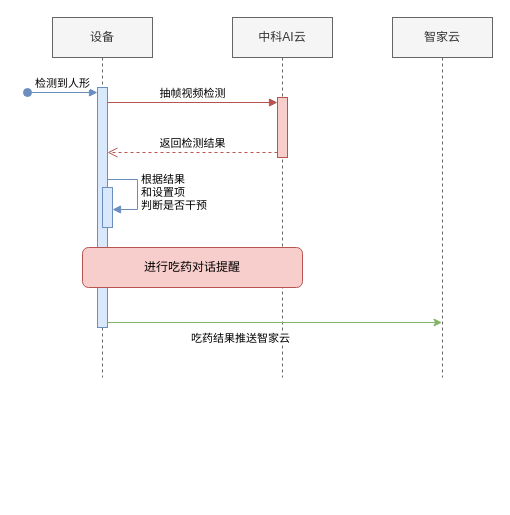
Chrischenny/drawio keeps this draw.io diagram as 吃药场景.drawio. Above is the earlier version. Source tidied: cells renumbered, new cells numbered last; positions are measured from the earlier drawing's top-left corner, leaving out a move shared by most shapes. Both pictures are drawn from the tidied source at 100%, with x=0, y=0 at pixel (27, 17).
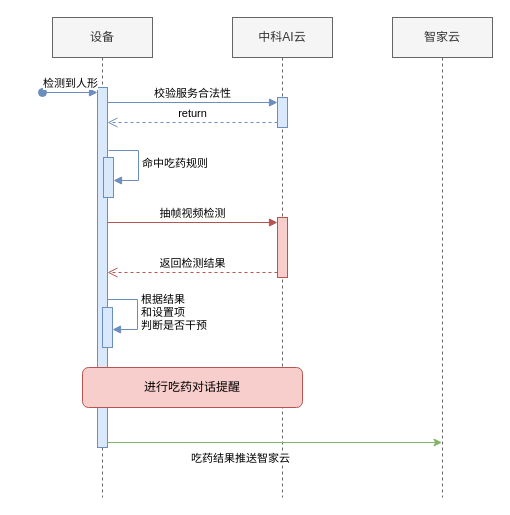
Above is the later version.

Commit message (it also covers changes not shown here):
更新吃药场景.drawio

Change to the diagram source:
```diff
@@
     <mxCell id="2" value="设备" style="shape=umlLifeline;perimeter=lifelinePerimeter;whiteSpace=wrap;html=1;newEdgeStyle={&quot;curved&quot;:0,&quot;rounded&quot;:0};fillColor=#f5f5f5;fontColor=#333333;strokeColor=#666666;" parent="1" vertex="1">
-      <mxGeometry x="25" width="100" height="360" as="geometry" />
+      <mxGeometry x="25" width="100" height="480" as="geometry" />
     </mxCell>
     <mxCell id="3" style="html=1;points=[[0,0,0,0,5],[0,1,0,0,-5],[1,0,0,0,5],[1,1,0,0,-5]];perimeter=orthogonalPerimeter;outlineConnect=0;targetShapes=umlLifeline;portConstraint=eastwest;newEdgeStyle={&quot;curved&quot;:0,&quot;rounded&quot;:0};fillColor=#dae8fc;strokeColor=#6c8ebf;" parent="2" vertex="1">
-      <mxGeometry x="45" y="70" width="10" height="240" as="geometry" />
+      <mxGeometry x="45" y="70" width="10" height="360" as="geometry" />
     </mxCell>
     <mxCell id="4" value="检测到人形" style="html=1;verticalAlign=bottom;startArrow=oval;endArrow=block;startSize=8;curved=0;rounded=0;entryX=0;entryY=0;entryDx=0;entryDy=5;fillColor=#dae8fc;strokeColor=#6c8ebf;" parent="2" edge="1" target="3">
       <mxGeometry relative="1" as="geometry">
-        <mxPoint x="-25" y="75" as="sourcePoint" />
+        <mxPoint x="-10" y="75" as="sourcePoint" />
       </mxGeometry>
     </mxCell>
     <mxCell id="5" style="html=1;perimeter=orthogonalPerimeter;targetShapes=umlLifeline;newEdgeStyle={&quot;curved&quot;:0,&quot;rounded&quot;:0};fillColor=#dae8fc;strokeColor=#6c8ebf;" parent="2" vertex="1">
-      <mxGeometry x="50" y="170" width="10" height="40" as="geometry" />
+      <mxGeometry x="50" y="290" width="10" height="40" as="geometry" />
     </mxCell>
     <mxCell id="6" value="根据结果&lt;div&gt;和设置项&lt;/div&gt;&lt;div&gt;判断是否干预&lt;/div&gt;" style="html=1;align=left;spacingLeft=2;endArrow=block;rounded=0;edgeStyle=orthogonalEdgeStyle;curved=0;rounded=0;fillColor=#dae8fc;strokeColor=#6c8ebf;" parent="2" edge="1">
       <mxGeometry relative="1" as="geometry">
-        <mxPoint x="55" y="162" as="sourcePoint" />
-        <mxPoint x="60" y="192" as="targetPoint" />
+        <mxPoint x="55" y="282" as="sourcePoint" />
+        <mxPoint x="60" y="312" as="targetPoint" />
         <Array as="points">
-          <mxPoint x="85" y="192" />
+          <mxPoint x="85" y="312" />
         </Array>
       </mxGeometry>
     </mxCell>
+    <mxCell id="15" style="html=1;perimeter=orthogonalPerimeter;targetShapes=umlLifeline;newEdgeStyle={&quot;curved&quot;:0,&quot;rounded&quot;:0};fillColor=#dae8fc;strokeColor=#6c8ebf;" parent="2" vertex="1">
+      <mxGeometry x="51" y="140" width="10" height="40" as="geometry" />
+    </mxCell>
+    <mxCell id="16" value="命中吃药规则" style="html=1;align=left;spacingLeft=2;endArrow=block;rounded=0;edgeStyle=orthogonalEdgeStyle;curved=0;rounded=0;fillColor=#dae8fc;strokeColor=#6c8ebf;" parent="2" edge="1">
+      <mxGeometry relative="1" as="geometry">
+        <mxPoint x="56" y="133" as="sourcePoint" />
+        <mxPoint x="61" y="163" as="targetPoint" />
+        <Array as="points">
+          <mxPoint x="86" y="163" />
+        </Array>
+      </mxGeometry>
+    </mxCell>
     <mxCell id="7" value="中科AI云" style="shape=umlLifeline;perimeter=lifelinePerimeter;whiteSpace=wrap;html=1;newEdgeStyle={&quot;curved&quot;:0,&quot;rounded&quot;:0};fillColor=#f5f5f5;fontColor=#333333;strokeColor=#666666;" parent="1" vertex="1">
-      <mxGeometry x="205" width="100" height="360" as="geometry" />
+      <mxGeometry x="205" width="100" height="480" as="geometry" />
     </mxCell>
     <mxCell id="8" style="html=1;points=[[0,0,0,0,5],[0,1,0,0,-5],[1,0,0,0,5],[1,1,0,0,-5]];perimeter=orthogonalPerimeter;outlineConnect=0;targetShapes=umlLifeline;portConstraint=eastwest;newEdgeStyle={&quot;curved&quot;:0,&quot;rounded&quot;:0};fillColor=#f8cecc;strokeColor=#b85450;" parent="7" vertex="1">
-      <mxGeometry x="45" y="80" width="10" height="60" as="geometry" />
+      <mxGeometry x="45" y="200" width="10" height="60" as="geometry" />
     </mxCell>
+    <mxCell id="17" style="html=1;points=[[0,0,0,0,5],[0,1,0,0,-5],[1,0,0,0,5],[1,1,0,0,-5]];perimeter=orthogonalPerimeter;outlineConnect=0;targetShapes=umlLifeline;portConstraint=eastwest;newEdgeStyle={&quot;curved&quot;:0,&quot;rounded&quot;:0};fillColor=#dae8fc;strokeColor=#6c8ebf;" parent="7" vertex="1">
+      <mxGeometry x="45" y="80" width="10" height="30" as="geometry" />
+    </mxCell>
     <mxCell id="9" value="智家云" style="shape=umlLifeline;perimeter=lifelinePerimeter;whiteSpace=wrap;html=1;outlineConnect=0;portConstraint=eastwest;newEdgeStyle={&quot;curved&quot;:0,&quot;rounded&quot;:0};fillColor=#f5f5f5;fontColor=#333333;strokeColor=#666666;" parent="1" vertex="1">
-      <mxGeometry x="365" width="100" height="360" as="geometry" />
+      <mxGeometry x="365" width="100" height="480" as="geometry" />
     </mxCell>
@@
     <mxCell id="12" value="进行吃药对话提醒" style="rounded=1;whiteSpace=wrap;html=1;fillColor=#f8cecc;strokeColor=#b85450;" parent="1" vertex="1">
-      <mxGeometry x="55" y="230" width="220" height="40" as="geometry" />
+      <mxGeometry x="55" y="350" width="220" height="40" as="geometry" />
     </mxCell>
-    <mxCell id="13" style="endArrow=classic;html=1;rounded=0;exitX=1;exitY=1;exitDx=0;exitDy=-5;exitPerimeter=0;fillColor=#d5e8d4;strokeColor=#82b366;" parent="1" edge="1" source="3" target="9">
-      <mxGeometry relative="1" as="geometry" />
+    <mxCell id="13" style="endArrow=classic;html=1;rounded=0;exitX=1;exitY=1;exitDx=0;exitDy=-5;exitPerimeter=0;fillColor=#d5e8d4;strokeColor=#82b366;" parent="1" edge="1" source="3">
+      <mxGeometry relative="1" as="geometry">
+        <mxPoint x="414.5" y="425" as="targetPoint" />
+      </mxGeometry>
     </mxCell>
@@
+    <mxCell id="18" value="return" style="html=1;verticalAlign=bottom;endArrow=open;dashed=1;endSize=8;curved=0;rounded=0;exitX=0;exitY=1;exitDx=0;exitDy=-5;fillColor=#dae8fc;strokeColor=#6c8ebf;" parent="1" edge="1" source="17" target="3">
+      <mxGeometry relative="1" as="geometry" />
+    </mxCell>
+    <mxCell id="19" value="校验服务合法性" style="html=1;verticalAlign=bottom;endArrow=block;curved=0;rounded=0;entryX=0;entryY=0;entryDx=0;entryDy=5;fillColor=#dae8fc;strokeColor=#6c8ebf;" parent="1" edge="1" source="3" target="17">
+      <mxGeometry relative="1" as="geometry" />
+    </mxCell>
```
